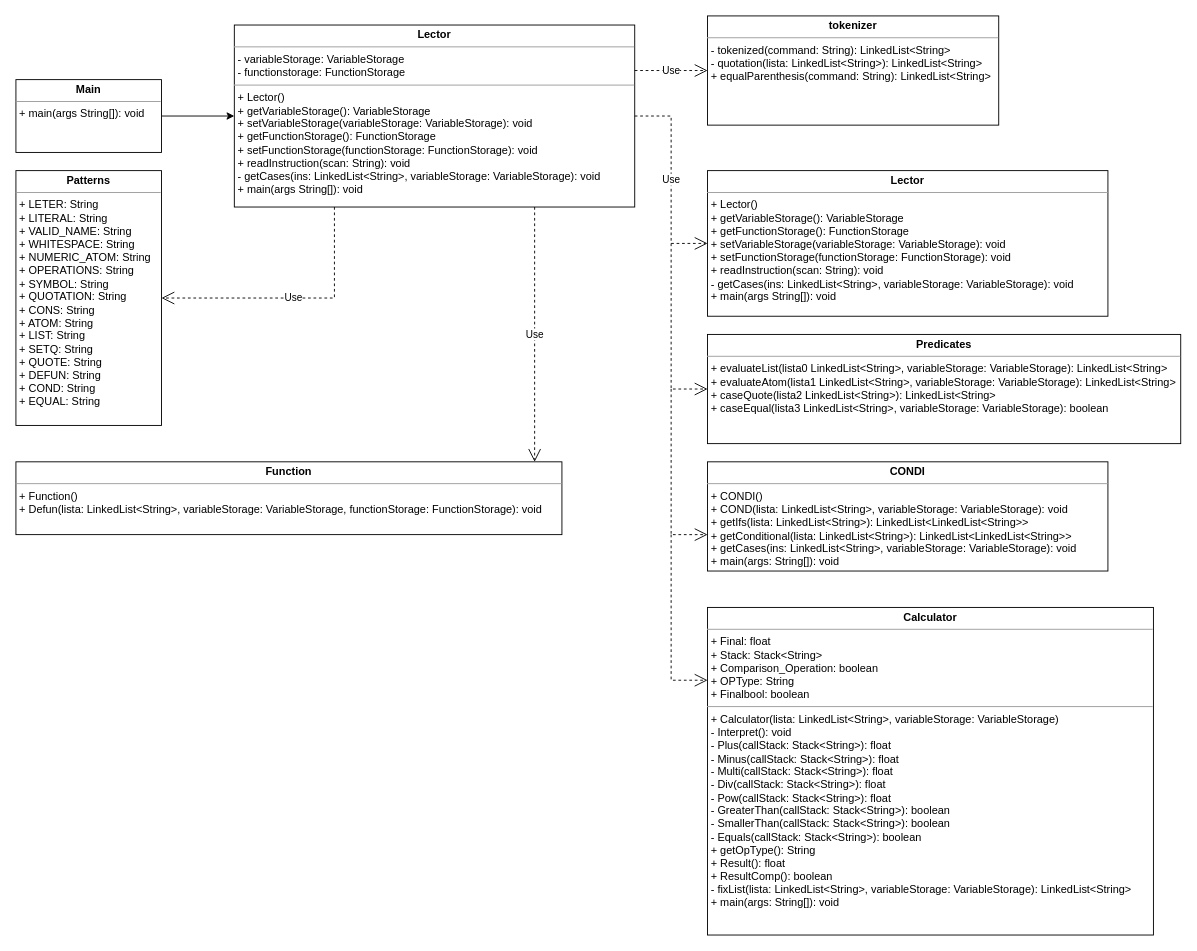
Before: Proyecto1/Fases/Fase2/Class Diagram.drawio in DiggsPapu/Proyect1_Lisp_Interpreter, a draw.io diagram. Source tidied: cells renumbered, new cells numbered last; positions are measured from the earlier drawing's top-left corner, leaving out a move shared by most shapes. Both pictures are drawn from the tidied source at 91%, with x=0, y=0 at pixel (15, 15).
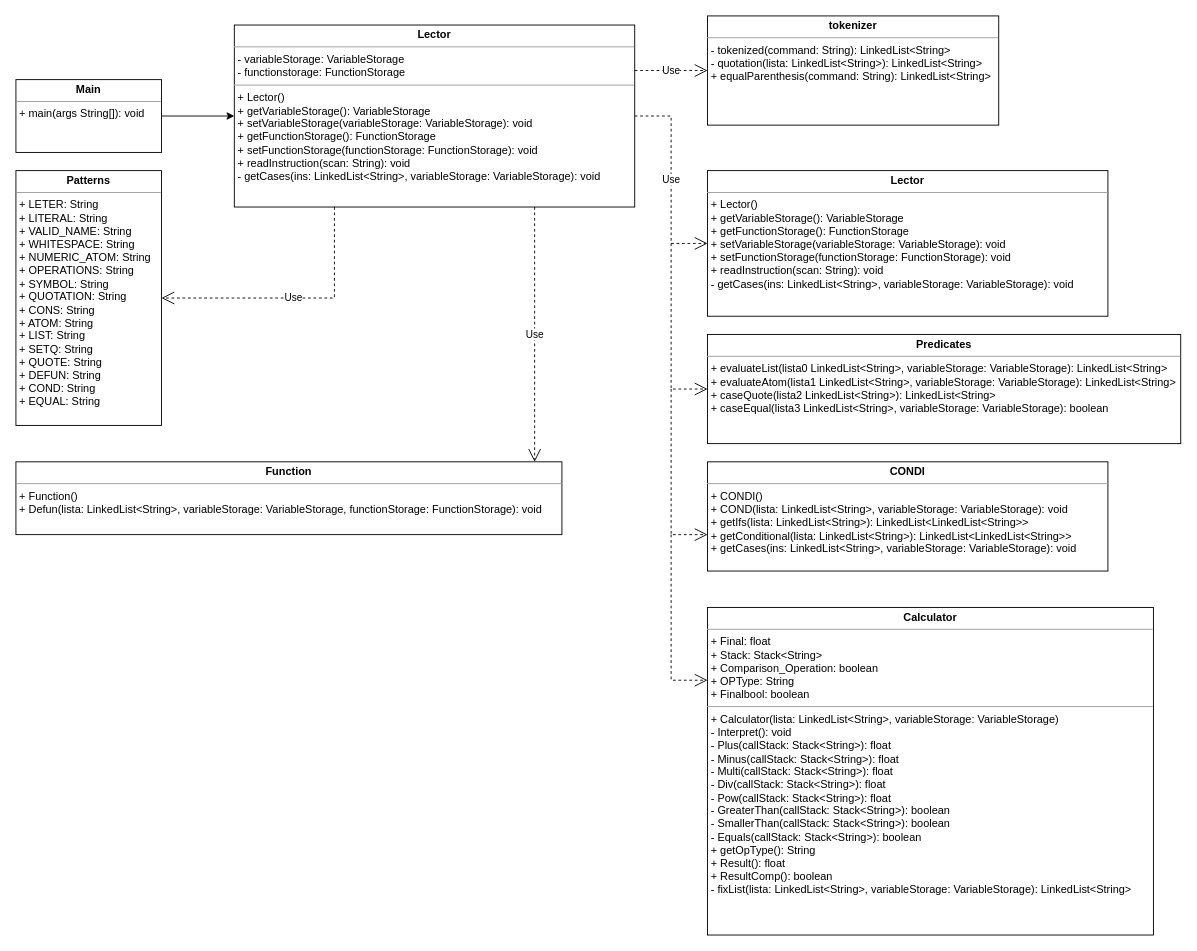
The same diagram, later.

Change to the diagram source:
```diff
@@
-    <mxCell id="2" value="&lt;p style=&quot;margin: 0px ; margin-top: 4px ; text-align: center&quot;&gt;&lt;b&gt;Lector&lt;/b&gt;&lt;/p&gt;&lt;hr size=&quot;1&quot;&gt;&lt;p style=&quot;margin: 0px ; margin-left: 4px&quot;&gt;- variableStorage: VariableStorage&lt;/p&gt;&lt;p style=&quot;margin: 0px ; margin-left: 4px&quot;&gt;- functionstorage: FunctionStorage&lt;/p&gt;&lt;hr size=&quot;1&quot;&gt;&lt;p style=&quot;margin: 0px ; margin-left: 4px&quot;&gt;+ Lector()&lt;br&gt;&lt;/p&gt;&lt;p style=&quot;margin: 0px ; margin-left: 4px&quot;&gt;+ getVariableStorage(): VariableStorage&lt;/p&gt;&lt;p style=&quot;margin: 0px ; margin-left: 4px&quot;&gt;+&amp;nbsp;setVariableStorage(variableStorage: VariableStorage): void&lt;/p&gt;&lt;p style=&quot;margin: 0px 0px 0px 4px&quot;&gt;+ getFunctionStorage(): FunctionStorage&lt;/p&gt;&lt;p style=&quot;margin: 0px 0px 0px 4px&quot;&gt;+&amp;nbsp;setFunctionStorage(functionStorage: FunctionStorage): void&lt;/p&gt;&lt;p style=&quot;margin: 0px ; margin-left: 4px&quot;&gt;+ readInstruction(scan: String): void&lt;/p&gt;&lt;p style=&quot;margin: 0px ; margin-left: 4px&quot;&gt;- getCases(ins: LinkedList&amp;lt;String&amp;gt;, variableStorage: VariableStorage): void&lt;/p&gt;&lt;p style=&quot;margin: 0px ; margin-left: 4px&quot;&gt;+ main(args String[]): void&lt;/p&gt;" style="verticalAlign=top;align=left;overflow=fill;fontSize=12;fontFamily=Helvetica;html=1;" parent="1" vertex="1">
+    <mxCell id="2" value="&lt;p style=&quot;margin: 0px ; margin-top: 4px ; text-align: center&quot;&gt;&lt;b&gt;Lector&lt;/b&gt;&lt;/p&gt;&lt;hr size=&quot;1&quot;&gt;&lt;p style=&quot;margin: 0px ; margin-left: 4px&quot;&gt;- variableStorage: VariableStorage&lt;/p&gt;&lt;p style=&quot;margin: 0px ; margin-left: 4px&quot;&gt;- functionstorage: FunctionStorage&lt;/p&gt;&lt;hr size=&quot;1&quot;&gt;&lt;p style=&quot;margin: 0px ; margin-left: 4px&quot;&gt;+ Lector()&lt;br&gt;&lt;/p&gt;&lt;p style=&quot;margin: 0px ; margin-left: 4px&quot;&gt;+ getVariableStorage(): VariableStorage&lt;/p&gt;&lt;p style=&quot;margin: 0px ; margin-left: 4px&quot;&gt;+&amp;nbsp;setVariableStorage(variableStorage: VariableStorage): void&lt;/p&gt;&lt;p style=&quot;margin: 0px 0px 0px 4px&quot;&gt;+ getFunctionStorage(): FunctionStorage&lt;/p&gt;&lt;p style=&quot;margin: 0px 0px 0px 4px&quot;&gt;+&amp;nbsp;setFunctionStorage(functionStorage: FunctionStorage): void&lt;/p&gt;&lt;p style=&quot;margin: 0px ; margin-left: 4px&quot;&gt;+ readInstruction(scan: String): void&lt;/p&gt;&lt;p style=&quot;margin: 0px ; margin-left: 4px&quot;&gt;- getCases(ins: LinkedList&amp;lt;String&amp;gt;, variableStorage: VariableStorage): void&lt;/p&gt;" style="verticalAlign=top;align=left;overflow=fill;fontSize=12;fontFamily=Helvetica;html=1;" parent="1" vertex="1">
       <mxGeometry x="240" y="10" width="440" height="200" as="geometry" />
     </mxCell>
@@
-    <mxCell id="6" value="&lt;p style=&quot;margin: 0px ; margin-top: 4px ; text-align: center&quot;&gt;&lt;b&gt;Lector&lt;/b&gt;&lt;/p&gt;&lt;hr size=&quot;1&quot;&gt;&lt;p style=&quot;margin: 0px ; margin-left: 4px&quot;&gt;+ Lector()&lt;/p&gt;&lt;p style=&quot;margin: 0px ; margin-left: 4px&quot;&gt;+ getVariableStorage(): VariableStorage&lt;/p&gt;&lt;p style=&quot;margin: 0px ; margin-left: 4px&quot;&gt;+ getFunctionStorage(): FunctionStorage&lt;/p&gt;&lt;p style=&quot;margin: 0px ; margin-left: 4px&quot;&gt;+ setVariableStorage(variableStorage: VariableStorage): void&lt;/p&gt;&lt;p style=&quot;margin: 0px ; margin-left: 4px&quot;&gt;+ setFunctionStorage(functionStorage: FunctionStorage): void&lt;/p&gt;&lt;p style=&quot;margin: 0px ; margin-left: 4px&quot;&gt;+ readInstruction(scan: String): void&lt;/p&gt;&lt;p style=&quot;margin: 0px ; margin-left: 4px&quot;&gt;- getCases(ins: LinkedList&amp;lt;String&amp;gt;, variableStorage: VariableStorage): void&lt;/p&gt;&lt;p style=&quot;margin: 0px ; margin-left: 4px&quot;&gt;+ main(args String[]): void&lt;/p&gt;" style="verticalAlign=top;align=left;overflow=fill;fontSize=12;fontFamily=Helvetica;html=1;" parent="1" vertex="1">
+    <mxCell id="6" value="&lt;p style=&quot;margin: 0px ; margin-top: 4px ; text-align: center&quot;&gt;&lt;b&gt;Lector&lt;/b&gt;&lt;/p&gt;&lt;hr size=&quot;1&quot;&gt;&lt;p style=&quot;margin: 0px ; margin-left: 4px&quot;&gt;+ Lector()&lt;/p&gt;&lt;p style=&quot;margin: 0px ; margin-left: 4px&quot;&gt;+ getVariableStorage(): VariableStorage&lt;/p&gt;&lt;p style=&quot;margin: 0px ; margin-left: 4px&quot;&gt;+ getFunctionStorage(): FunctionStorage&lt;/p&gt;&lt;p style=&quot;margin: 0px ; margin-left: 4px&quot;&gt;+ setVariableStorage(variableStorage: VariableStorage): void&lt;/p&gt;&lt;p style=&quot;margin: 0px ; margin-left: 4px&quot;&gt;+ setFunctionStorage(functionStorage: FunctionStorage): void&lt;/p&gt;&lt;p style=&quot;margin: 0px ; margin-left: 4px&quot;&gt;+ readInstruction(scan: String): void&lt;/p&gt;&lt;p style=&quot;margin: 0px ; margin-left: 4px&quot;&gt;- getCases(ins: LinkedList&amp;lt;String&amp;gt;, variableStorage: VariableStorage): void&lt;/p&gt;" style="verticalAlign=top;align=left;overflow=fill;fontSize=12;fontFamily=Helvetica;html=1;" parent="1" vertex="1">
       <mxGeometry x="760" y="170" width="440" height="160" as="geometry" />
     </mxCell>
@@
-    <mxCell id="8" value="&lt;p style=&quot;margin: 0px ; margin-top: 4px ; text-align: center&quot;&gt;&lt;b&gt;CONDI&lt;/b&gt;&lt;/p&gt;&lt;hr size=&quot;1&quot;&gt;&lt;p style=&quot;margin: 0px ; margin-left: 4px&quot;&gt;+ CONDI()&lt;/p&gt;&lt;p style=&quot;margin: 0px ; margin-left: 4px&quot;&gt;+ COND(lista: LinkedList&amp;lt;String&amp;gt;, variableStorage: VariableStorage): void&lt;/p&gt;&lt;p style=&quot;margin: 0px ; margin-left: 4px&quot;&gt;+ getIfs(lista: LinkedList&amp;lt;String&amp;gt;): LinkedList&amp;lt;LinkedList&amp;lt;String&amp;gt;&amp;gt;&lt;/p&gt;&lt;p style=&quot;margin: 0px ; margin-left: 4px&quot;&gt;+ getConditional(lista: LinkedList&amp;lt;String&amp;gt;): LinkedList&amp;lt;LinkedList&amp;lt;String&amp;gt;&amp;gt;&lt;/p&gt;&lt;p style=&quot;margin: 0px ; margin-left: 4px&quot;&gt;+ getCases(ins: LinkedList&amp;lt;String&amp;gt;, variableStorage: VariableStorage): void&lt;/p&gt;&lt;p style=&quot;margin: 0px ; margin-left: 4px&quot;&gt;+ main(args: String[]): void&lt;/p&gt;" style="verticalAlign=top;align=left;overflow=fill;fontSize=12;fontFamily=Helvetica;html=1;" parent="1" vertex="1">
+    <mxCell id="8" value="&lt;p style=&quot;margin: 0px ; margin-top: 4px ; text-align: center&quot;&gt;&lt;b&gt;CONDI&lt;/b&gt;&lt;/p&gt;&lt;hr size=&quot;1&quot;&gt;&lt;p style=&quot;margin: 0px ; margin-left: 4px&quot;&gt;+ CONDI()&lt;/p&gt;&lt;p style=&quot;margin: 0px ; margin-left: 4px&quot;&gt;+ COND(lista: LinkedList&amp;lt;String&amp;gt;, variableStorage: VariableStorage): void&lt;/p&gt;&lt;p style=&quot;margin: 0px ; margin-left: 4px&quot;&gt;+ getIfs(lista: LinkedList&amp;lt;String&amp;gt;): LinkedList&amp;lt;LinkedList&amp;lt;String&amp;gt;&amp;gt;&lt;/p&gt;&lt;p style=&quot;margin: 0px ; margin-left: 4px&quot;&gt;+ getConditional(lista: LinkedList&amp;lt;String&amp;gt;): LinkedList&amp;lt;LinkedList&amp;lt;String&amp;gt;&amp;gt;&lt;/p&gt;&lt;p style=&quot;margin: 0px ; margin-left: 4px&quot;&gt;+ getCases(ins: LinkedList&amp;lt;String&amp;gt;, variableStorage: VariableStorage): void&lt;/p&gt;" style="verticalAlign=top;align=left;overflow=fill;fontSize=12;fontFamily=Helvetica;html=1;" parent="1" vertex="1">
       <mxGeometry x="760" y="490" width="440" height="120" as="geometry" />
     </mxCell>
-    <mxCell id="9" value="&lt;p style=&quot;margin: 0px ; margin-top: 4px ; text-align: center&quot;&gt;&lt;b&gt;Calculator&lt;/b&gt;&lt;/p&gt;&lt;hr size=&quot;1&quot;&gt;&lt;p style=&quot;margin: 0px ; margin-left: 4px&quot;&gt;+ Final: float&lt;/p&gt;&lt;p style=&quot;margin: 0px ; margin-left: 4px&quot;&gt;+ Stack: Stack&amp;lt;String&amp;gt;&lt;/p&gt;&lt;p style=&quot;margin: 0px ; margin-left: 4px&quot;&gt;+ Comparison_Operation: boolean&lt;/p&gt;&lt;p style=&quot;margin: 0px ; margin-left: 4px&quot;&gt;+ OPType: String&lt;/p&gt;&lt;p style=&quot;margin: 0px ; margin-left: 4px&quot;&gt;+ Finalbool: boolean&lt;/p&gt;&lt;hr size=&quot;1&quot;&gt;&lt;p style=&quot;margin: 0px ; margin-left: 4px&quot;&gt;+ Calculator(lista: LinkedList&amp;lt;String&amp;gt;, variableStorage: VariableStorage)&lt;/p&gt;&lt;p style=&quot;margin: 0px ; margin-left: 4px&quot;&gt;- Interpret(): void&lt;/p&gt;&lt;p style=&quot;margin: 0px ; margin-left: 4px&quot;&gt;- Plus(callStack: Stack&amp;lt;String&amp;gt;): float&lt;/p&gt;&lt;p style=&quot;margin: 0px ; margin-left: 4px&quot;&gt;- Minus(callStack: Stack&amp;lt;String&amp;gt;): float&lt;br&gt;&lt;/p&gt;&lt;p style=&quot;margin: 0px ; margin-left: 4px&quot;&gt;- Multi(callStack: Stack&amp;lt;String&amp;gt;): float&lt;br&gt;&lt;/p&gt;&lt;p style=&quot;margin: 0px ; margin-left: 4px&quot;&gt;- Div(callStack: Stack&amp;lt;String&amp;gt;): float&lt;br&gt;&lt;/p&gt;&lt;p style=&quot;margin: 0px ; margin-left: 4px&quot;&gt;- Pow(callStack: Stack&amp;lt;String&amp;gt;): float&lt;br&gt;&lt;/p&gt;&lt;p style=&quot;margin: 0px ; margin-left: 4px&quot;&gt;- GreaterThan(callStack: Stack&amp;lt;String&amp;gt;): boolean&lt;br&gt;&lt;/p&gt;&lt;p style=&quot;margin: 0px ; margin-left: 4px&quot;&gt;- SmallerThan(callStack: Stack&amp;lt;String&amp;gt;): boolean&lt;br&gt;&lt;/p&gt;&lt;p style=&quot;margin: 0px ; margin-left: 4px&quot;&gt;- Equals(callStack: Stack&amp;lt;String&amp;gt;): boolean&lt;br&gt;&lt;/p&gt;&lt;p style=&quot;margin: 0px ; margin-left: 4px&quot;&gt;+ getOpType(): String&lt;/p&gt;&lt;p style=&quot;margin: 0px ; margin-left: 4px&quot;&gt;+ Result(): float&lt;/p&gt;&lt;p style=&quot;margin: 0px ; margin-left: 4px&quot;&gt;+ ResultComp(): boolean&lt;/p&gt;&lt;p style=&quot;margin: 0px ; margin-left: 4px&quot;&gt;- fixList(lista: LinkedList&amp;lt;String&amp;gt;, variableStorage: VariableStorage): LinkedList&amp;lt;String&amp;gt;&lt;/p&gt;&lt;p style=&quot;margin: 0px ; margin-left: 4px&quot;&gt;+ main(args: String[]): void&lt;/p&gt;" style="verticalAlign=top;align=left;overflow=fill;fontSize=12;fontFamily=Helvetica;html=1;" parent="1" vertex="1">
+    <mxCell id="9" value="&lt;p style=&quot;margin: 0px ; margin-top: 4px ; text-align: center&quot;&gt;&lt;b&gt;Calculator&lt;/b&gt;&lt;/p&gt;&lt;hr size=&quot;1&quot;&gt;&lt;p style=&quot;margin: 0px ; margin-left: 4px&quot;&gt;+ Final: float&lt;/p&gt;&lt;p style=&quot;margin: 0px ; margin-left: 4px&quot;&gt;+ Stack: Stack&amp;lt;String&amp;gt;&lt;/p&gt;&lt;p style=&quot;margin: 0px ; margin-left: 4px&quot;&gt;+ Comparison_Operation: boolean&lt;/p&gt;&lt;p style=&quot;margin: 0px ; margin-left: 4px&quot;&gt;+ OPType: String&lt;/p&gt;&lt;p style=&quot;margin: 0px ; margin-left: 4px&quot;&gt;+ Finalbool: boolean&lt;/p&gt;&lt;hr size=&quot;1&quot;&gt;&lt;p style=&quot;margin: 0px ; margin-left: 4px&quot;&gt;+ Calculator(lista: LinkedList&amp;lt;String&amp;gt;, variableStorage: VariableStorage)&lt;/p&gt;&lt;p style=&quot;margin: 0px ; margin-left: 4px&quot;&gt;- Interpret(): void&lt;/p&gt;&lt;p style=&quot;margin: 0px ; margin-left: 4px&quot;&gt;- Plus(callStack: Stack&amp;lt;String&amp;gt;): float&lt;/p&gt;&lt;p style=&quot;margin: 0px ; margin-left: 4px&quot;&gt;- Minus(callStack: Stack&amp;lt;String&amp;gt;): float&lt;br&gt;&lt;/p&gt;&lt;p style=&quot;margin: 0px ; margin-left: 4px&quot;&gt;- Multi(callStack: Stack&amp;lt;String&amp;gt;): float&lt;br&gt;&lt;/p&gt;&lt;p style=&quot;margin: 0px ; margin-left: 4px&quot;&gt;- Div(callStack: Stack&amp;lt;String&amp;gt;): float&lt;br&gt;&lt;/p&gt;&lt;p style=&quot;margin: 0px ; margin-left: 4px&quot;&gt;- Pow(callStack: Stack&amp;lt;String&amp;gt;): float&lt;br&gt;&lt;/p&gt;&lt;p style=&quot;margin: 0px ; margin-left: 4px&quot;&gt;- GreaterThan(callStack: Stack&amp;lt;String&amp;gt;): boolean&lt;br&gt;&lt;/p&gt;&lt;p style=&quot;margin: 0px ; margin-left: 4px&quot;&gt;- SmallerThan(callStack: Stack&amp;lt;String&amp;gt;): boolean&lt;br&gt;&lt;/p&gt;&lt;p style=&quot;margin: 0px ; margin-left: 4px&quot;&gt;- Equals(callStack: Stack&amp;lt;String&amp;gt;): boolean&lt;br&gt;&lt;/p&gt;&lt;p style=&quot;margin: 0px ; margin-left: 4px&quot;&gt;+ getOpType(): String&lt;/p&gt;&lt;p style=&quot;margin: 0px ; margin-left: 4px&quot;&gt;+ Result(): float&lt;/p&gt;&lt;p style=&quot;margin: 0px ; margin-left: 4px&quot;&gt;+ ResultComp(): boolean&lt;/p&gt;&lt;p style=&quot;margin: 0px ; margin-left: 4px&quot;&gt;- fixList(lista: LinkedList&amp;lt;String&amp;gt;, variableStorage: VariableStorage): LinkedList&amp;lt;String&amp;gt;&lt;/p&gt;" style="verticalAlign=top;align=left;overflow=fill;fontSize=12;fontFamily=Helvetica;html=1;" parent="1" vertex="1">
       <mxGeometry x="760" y="650" width="490" height="360" as="geometry" />
     </mxCell>
```
